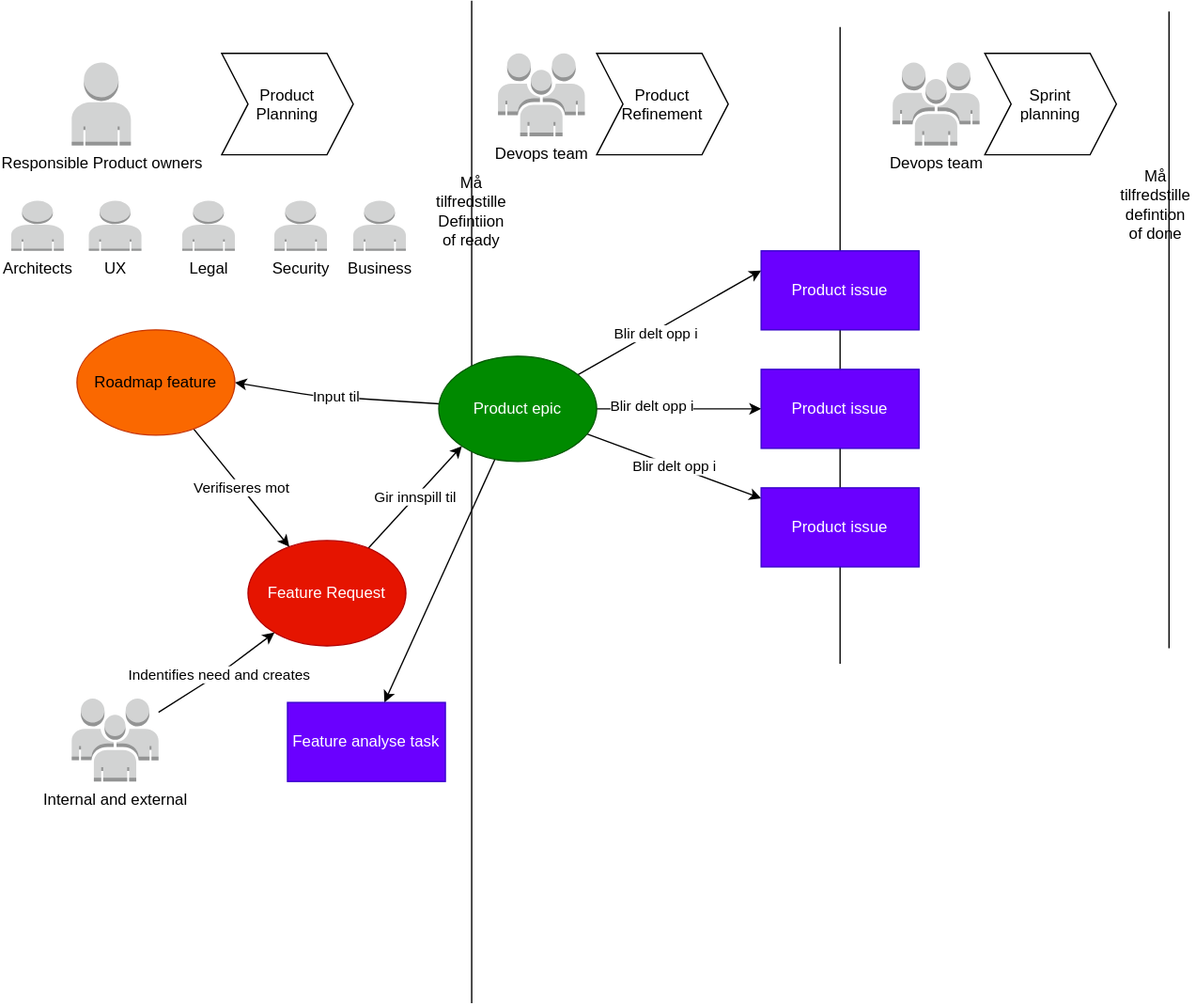
Earlier version of the draw.io export content/community/devops/roadmapprocess/roadmapprocess.drawio.svg (Altinn/altinn-studio-docs). Source tidied: cells renumbered, new cells last; positions are measured from the earlier drawing's top-left corner, leaving out a move shared by most shapes.
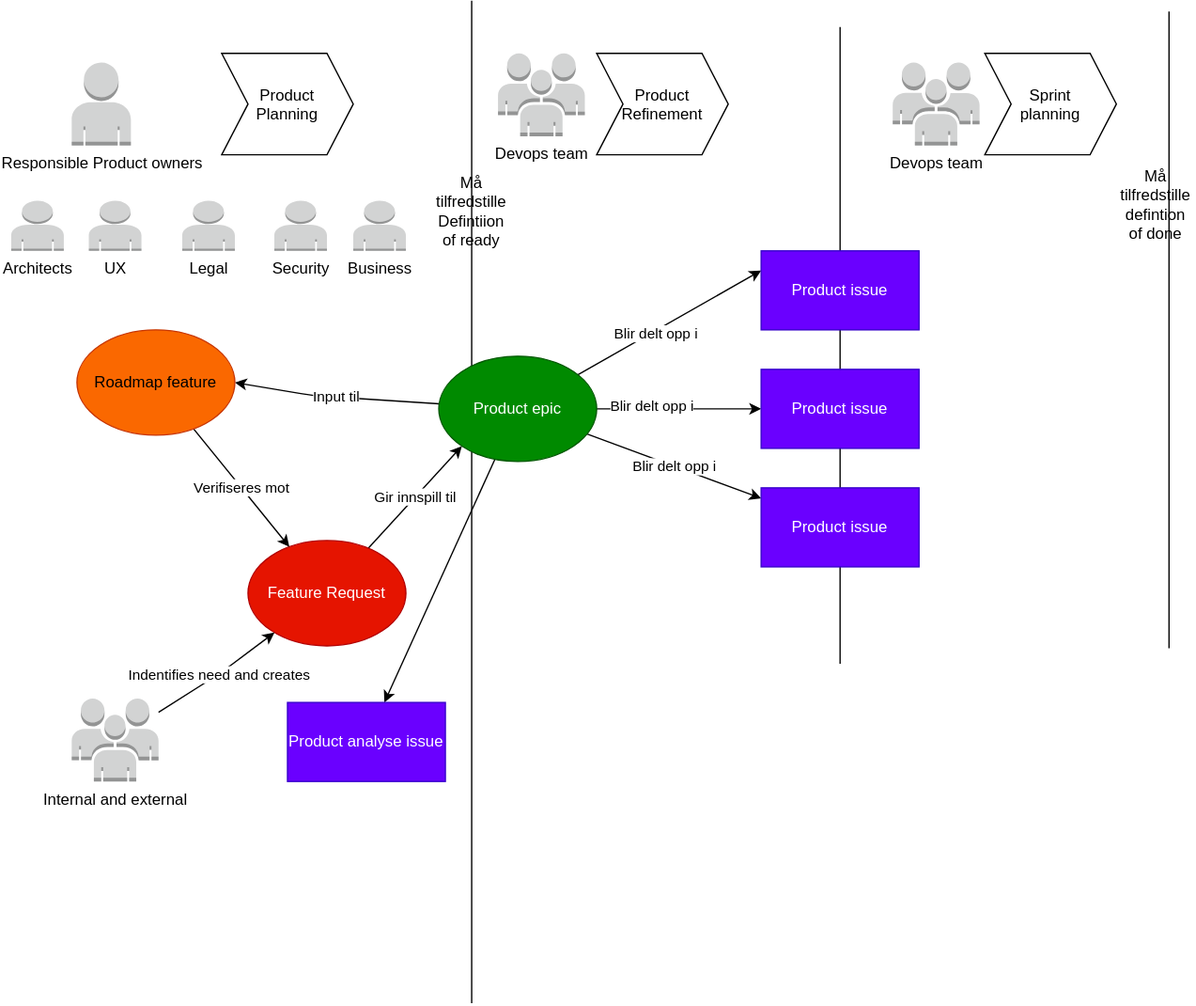
The same file after the commit.

The edit, as a diff of the source:
```diff
@@ -103,7 +103,7 @@
     <mxCell id="29" value="Internal and external&amp;nbsp;" style="outlineConnect=0;dashed=0;verticalLabelPosition=bottom;verticalAlign=top;align=center;html=1;shape=mxgraph.aws3.users;fillColor=#D2D3D3;gradientColor=none;" parent="1" vertex="1">
       <mxGeometry x="46" y="530" width="66" height="63" as="geometry" />
     </mxCell>
-    <mxCell id="30" value="Feature analyse task" style="rounded=0;whiteSpace=wrap;html=1;fillColor=#6a00ff;fontColor=#ffffff;strokeColor=#3700CC;" parent="1" vertex="1">
+    <mxCell id="30" value="Product analyse issue" style="rounded=0;whiteSpace=wrap;html=1;fillColor=#6a00ff;fontColor=#ffffff;strokeColor=#3700CC;" parent="1" vertex="1">
       <mxGeometry x="210" y="533" width="120" height="60" as="geometry" />
     </mxCell>
     <mxCell id="31" value="UX" style="dashed=0;verticalLabelPosition=bottom;verticalAlign=top;align=center;html=1;shape=mxgraph.aws3.user;fillColor=#D2D3D3;gradientColor=none;" parent="1" vertex="1">
```
